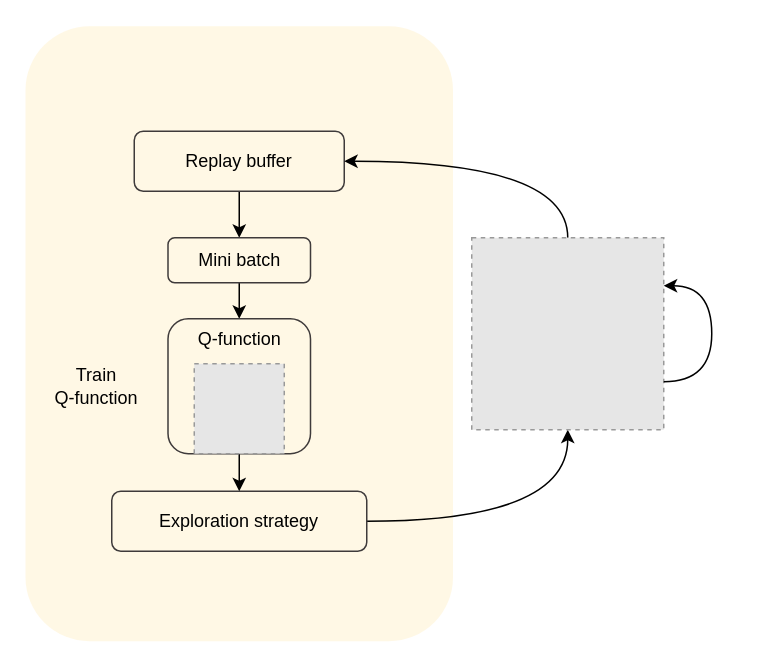
Above: DQN.drawio in ariesharry/SLR-Production-Scheduling (draw.io), before the change. Source tidied: cells renumbered, new cells numbered last; positions are measured from the earlier drawing's top-left corner, leaving out a move shared by most shapes. Both pictures are drawn from the tidied source at 150%, with x=0, y=0 at pixel (24, 26). Pictures stored in the file or linked from it are replaced by grey dashed boxes.
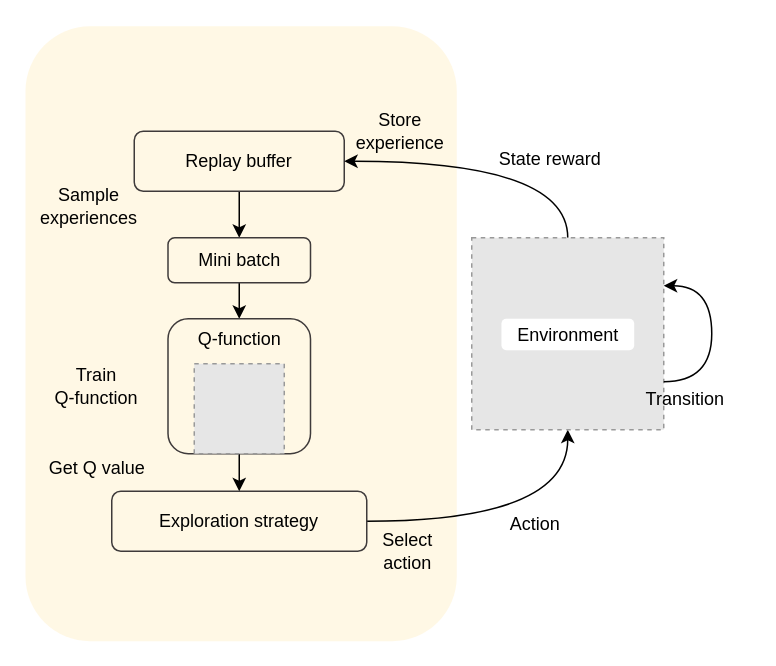
The same diagram, later.

Diff of the diagram source:
```diff
@@
     <mxCell id="2" style="rounded=1;whiteSpace=wrap;html=1;fillColor=#fff2cc;strokeColor=none;opacity=50;" parent="1" vertex="1">
-      <mxGeometry x="0.5" width="285" height="410" as="geometry" />
+      <mxGeometry x="0.5" width="287.5" height="410" as="geometry" />
     </mxCell>
@@
+    <mxCell id="16" value="Sample experiences" style="text;html=1;align=center;verticalAlign=middle;whiteSpace=wrap;rounded=0;" parent="1" vertex="1">
+      <mxGeometry x="13" y="110" width="60" height="20" as="geometry" />
+    </mxCell>
+    <mxCell id="17" value="Get Q value" style="text;html=1;align=center;verticalAlign=middle;whiteSpace=wrap;rounded=0;" parent="1" vertex="1">
+      <mxGeometry x="5.5" y="280" width="85" height="30" as="geometry" />
+    </mxCell>
+    <mxCell id="18" value="Select&lt;div&gt;action&lt;/div&gt;" style="text;html=1;align=center;verticalAlign=middle;whiteSpace=wrap;rounded=0;" parent="1" vertex="1">
+      <mxGeometry x="213" y="330" width="85" height="40" as="geometry" />
+    </mxCell>
+    <mxCell id="19" value="Store experience" style="text;html=1;align=center;verticalAlign=middle;whiteSpace=wrap;rounded=0;" parent="1" vertex="1">
+      <mxGeometry x="213" y="50" width="75" height="40" as="geometry" />
+    </mxCell>
+    <mxCell id="20" value="Action" style="text;html=1;align=center;verticalAlign=middle;whiteSpace=wrap;rounded=0;" parent="1" vertex="1">
+      <mxGeometry x="298" y="312" width="85" height="40" as="geometry" />
+    </mxCell>
+    <mxCell id="21" value="State reward" style="text;html=1;align=center;verticalAlign=middle;whiteSpace=wrap;rounded=0;" parent="1" vertex="1">
+      <mxGeometry x="308" y="69" width="85" height="40" as="geometry" />
+    </mxCell>
+    <mxCell id="22" value="Transition" style="text;html=1;align=center;verticalAlign=middle;whiteSpace=wrap;rounded=0;" parent="1" vertex="1">
+      <mxGeometry x="398" y="229" width="85" height="40" as="geometry" />
+    </mxCell>
+    <mxCell id="23" value="Environment" style="text;html=1;align=center;verticalAlign=middle;whiteSpace=wrap;rounded=1;fillColor=default;gradientColor=none;strokeColor=none;shadow=0;textShadow=0;glass=0;" parent="1" vertex="1">
+      <mxGeometry x="317.8" y="195" width="88.5" height="21" as="geometry" />
+    </mxCell>
```
